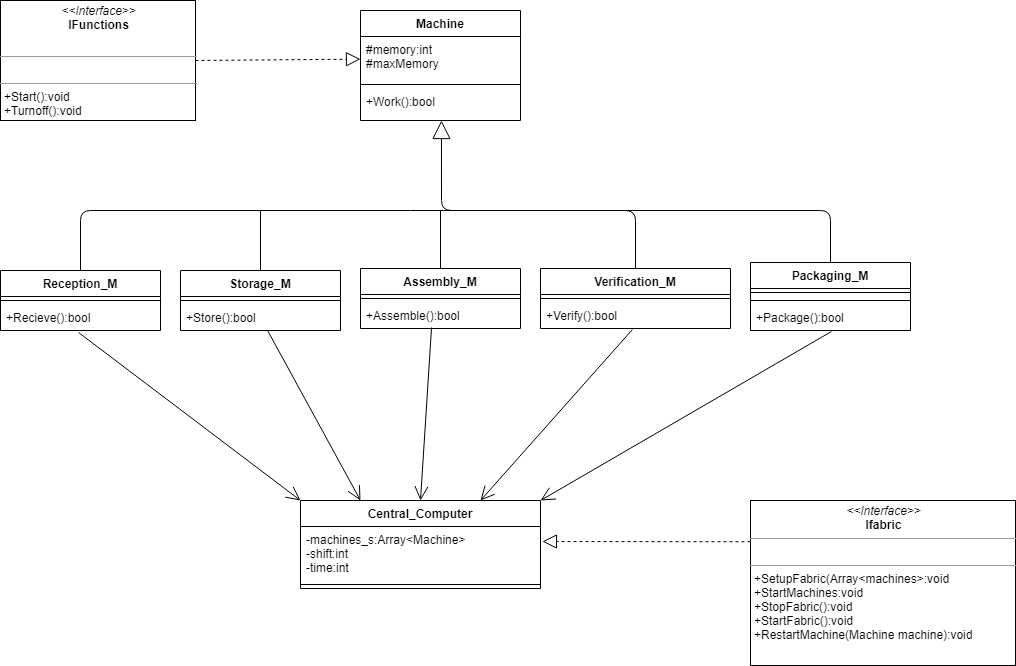
Above: Docs/Parte 3.png in ICC3101-202010/laboratorio-04-julio-Cortes (draw.io), before the change. Source tidied: cells renumbered, new cells last; positions are measured from the earlier drawing's top-left corner, leaving out a move shared by most shapes.
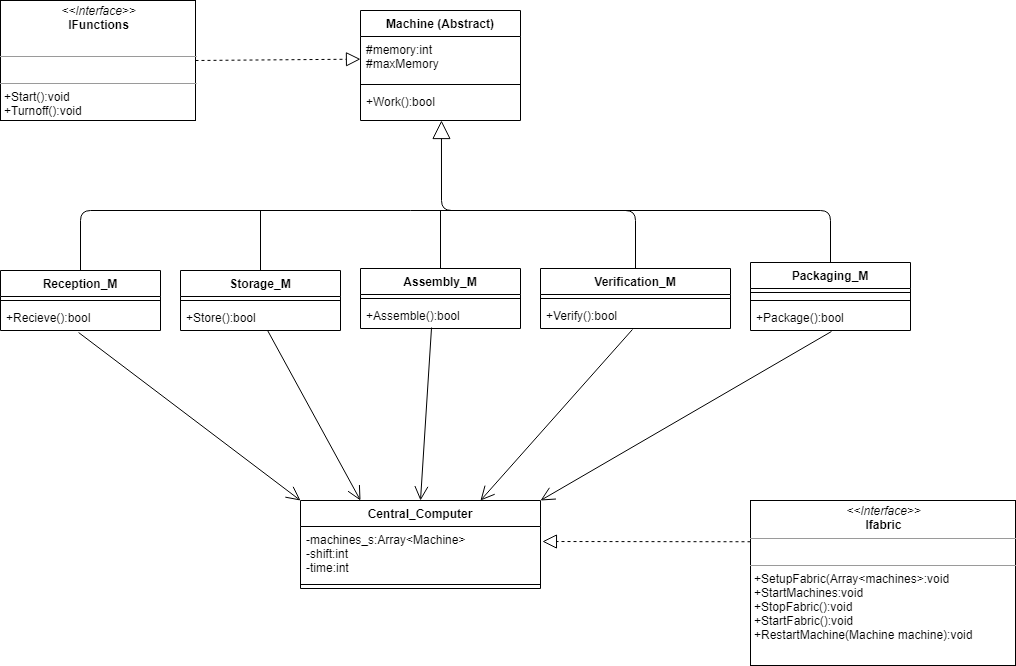
After the commit.

Change to the diagram source:
```diff
@@ -110,7 +110,7 @@
     <mxCell id="29" value="+Package():bool" style="text;strokeColor=none;fillColor=none;align=left;verticalAlign=top;spacingLeft=4;spacingRight=4;overflow=hidden;points=[[0,0.5],[1,0.5]];portConstraint=eastwest;" parent="26" vertex="1">
       <mxGeometry y="42" width="160" height="26" as="geometry" />
     </mxCell>
-    <mxCell id="30" value="Machine" style="swimlane;fontStyle=1;align=center;verticalAlign=top;horizontal=1;startSize=26;" parent="1" vertex="1">
+    <mxCell id="30" value="Machine (Abstract)" style="swimlane;fontStyle=1;align=center;verticalAlign=top;horizontal=1;startSize=26;" parent="1" vertex="1">
       <mxGeometry x="360" y="10" width="160" height="110" as="geometry" />
     </mxCell>
     <mxCell id="31" value="#memory:int&#10;#maxMemory" style="text;strokeColor=none;fillColor=none;align=left;verticalAlign=top;spacingLeft=4;spacingRight=4;overflow=hidden;points=[[0,0.5],[1,0.5]];portConstraint=eastwest;" parent="30" vertex="1">
```
